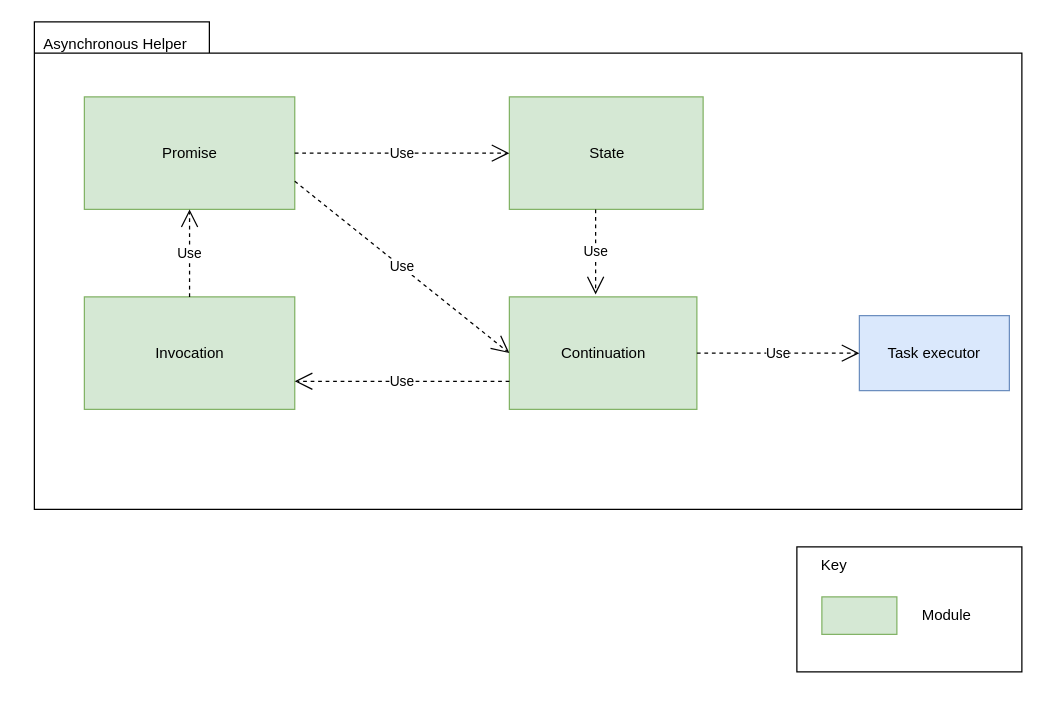
This is page "promise_static" (3 of 16) of doc/SA cert/Design/scalability.drawio from taikt/codefun, a draw.io file, before an edit. Source tidied: cells renumbered, new cells numbered last; positions are measured from the earlier drawing's top-left corner, leaving out a move shared by most shapes. Both pictures are drawn from the tidied source at 125%, with x=0, y=0 at pixel (21, 21).
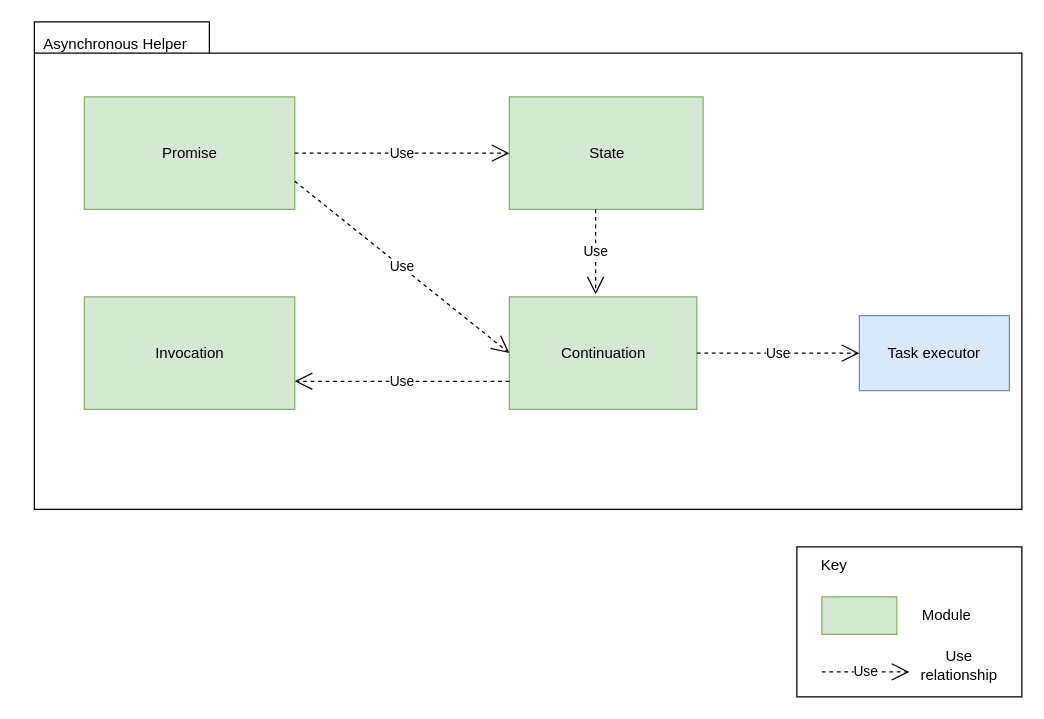
After the change.

The change refers to these unchanged cells:
```xml
<mxCell id="6" value="Promise" style="html=1;fillColor=#d5e8d4;strokeColor=#82b366;" parent="1" vertex="1">
  <mxGeometry x="50" y="60" width="168.3" height="90" as="geometry" />
</mxCell>
<mxCell id="7" value="Invocation" style="html=1;fillColor=#d5e8d4;strokeColor=#82b366;" parent="1" vertex="1">
  <mxGeometry x="50" y="220" width="168.3" height="90" as="geometry" />
</mxCell>
```

The edit, as a diff of the source:
```diff
@@
     <mxCell id="10" style="rounded=0;whiteSpace=wrap;html=1;" parent="1" vertex="1">
-      <mxGeometry x="620" y="420" width="180" height="100" as="geometry" />
+      <mxGeometry x="620" y="420" width="180" height="120" as="geometry" />
     </mxCell>
@@
-    <mxCell id="18" value="Use" style="endArrow=open;endSize=12;dashed=1;html=1;rounded=0;entryX=0.5;entryY=1;entryDx=0;entryDy=0;exitX=0.5;exitY=0;exitDx=0;exitDy=0;" parent="1" edge="1" source="7" target="6">
-      <mxGeometry relative="1" as="geometry" />
+    <mxCell id="18" value="Use" style="endArrow=open;endSize=12;dashed=1;html=1;rounded=0;" parent="1" edge="1">
+      <mxGeometry relative="1" as="geometry">
+        <mxPoint x="640" y="520" as="sourcePoint" />
+        <mxPoint x="710" y="520" as="targetPoint" />
+      </mxGeometry>
     </mxCell>
+    <mxCell id="19" value="Use relationship" style="text;html=1;strokeColor=none;fillColor=none;align=center;verticalAlign=middle;whiteSpace=wrap;rounded=0;" parent="1" vertex="1">
+      <mxGeometry x="720" y="500" width="60" height="30" as="geometry" />
+    </mxCell>
```
